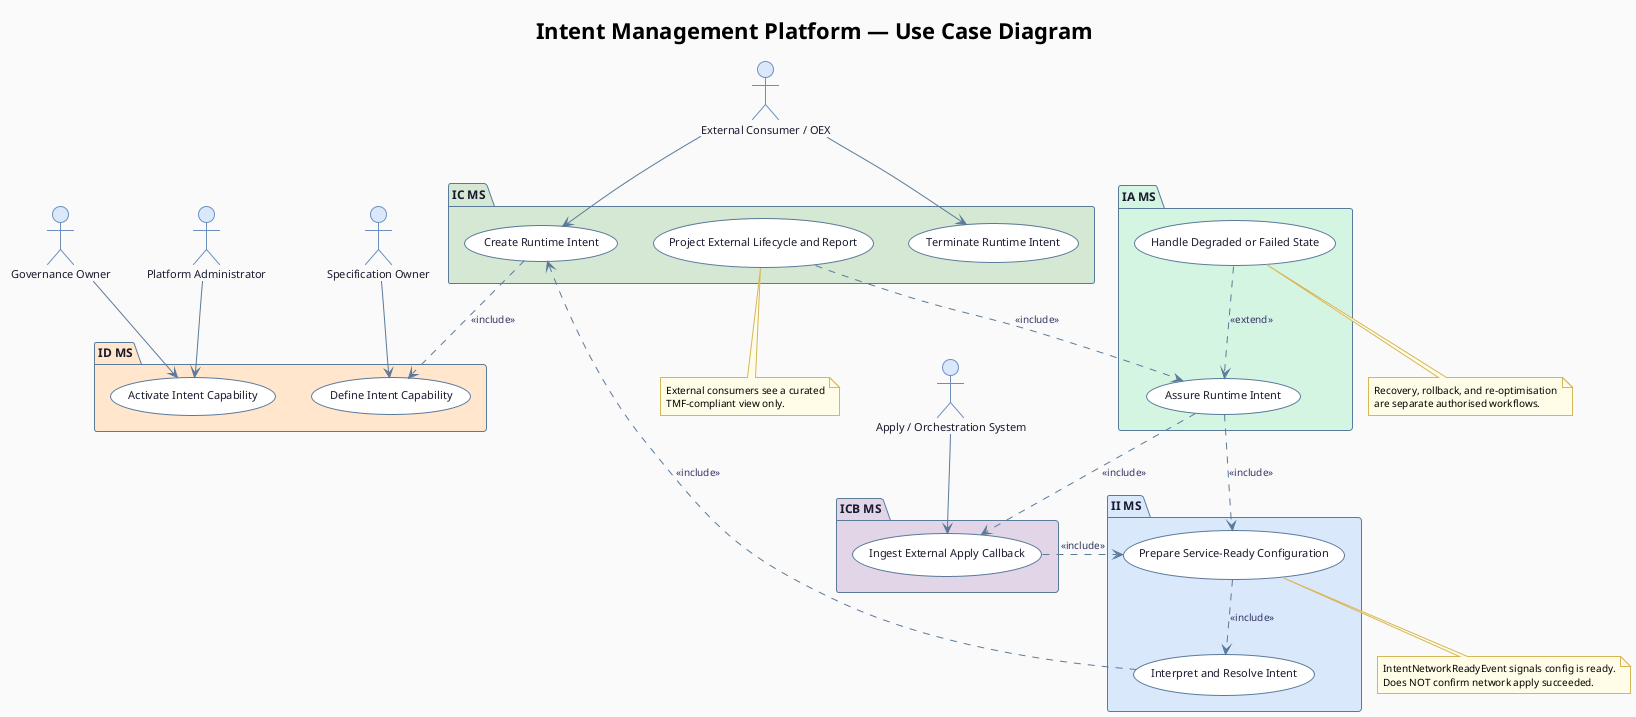
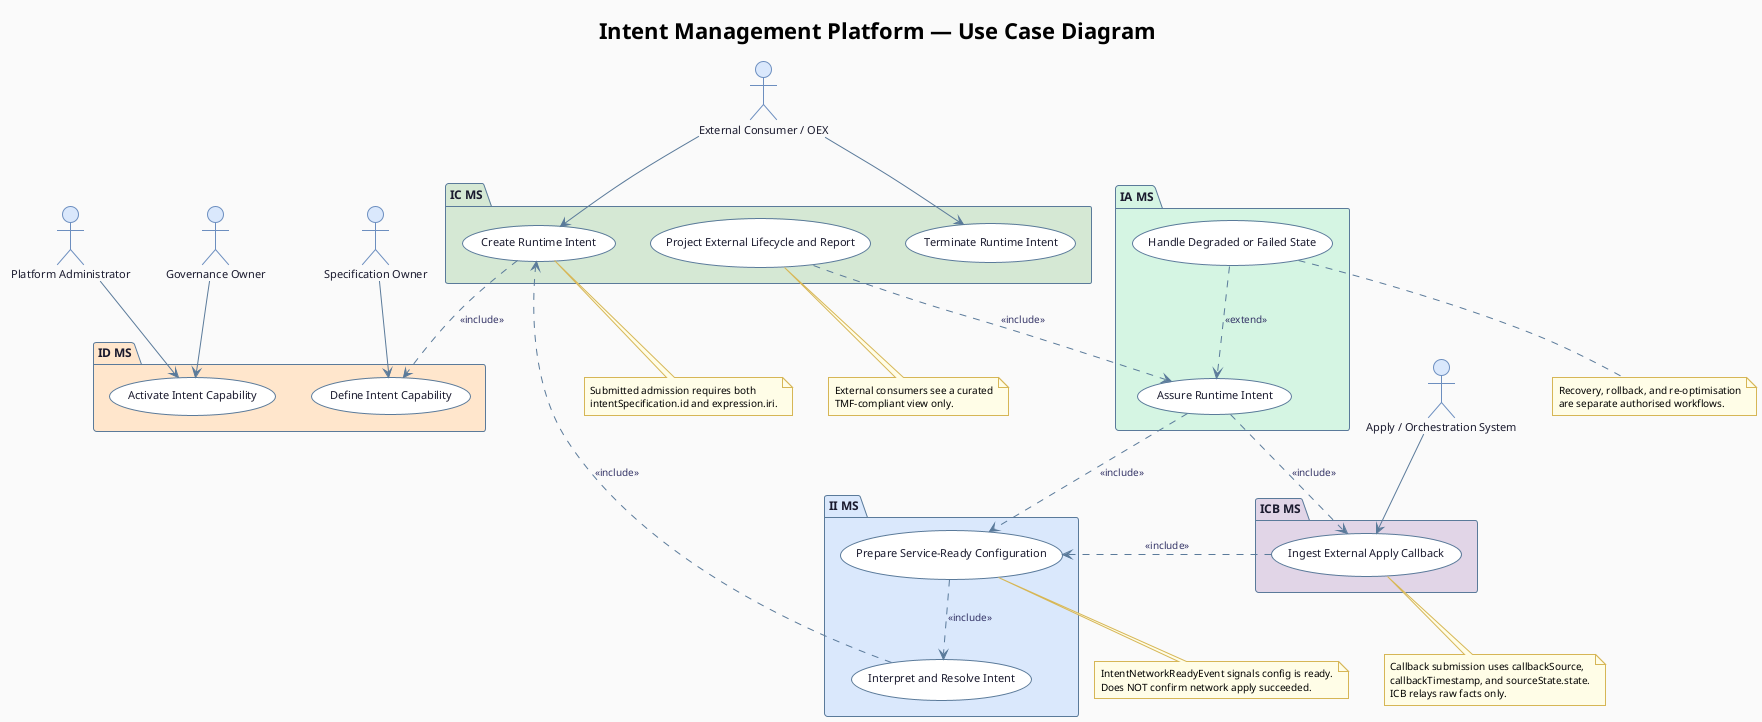
@startuml
!theme plain
skinparam backgroundColor #FAFAFA
skinparam shadowing false

skinparam usecase {
  BackgroundColor #FFFFFF
  BorderColor #5a7a9a
  FontSize 11
  FontColor #1a1a2e
  ArrowColor #5a7a9a
  ArrowFontSize 10
  ArrowFontColor #333366
}

skinparam actor {
  BackgroundColor #dae8fc
  BorderColor #6c8ebf
  FontSize 11
  FontColor #1a1a2e
}

skinparam package {
  BackgroundColor #f0f4f8
  BorderColor #5a7a9a
  FontSize 12
  FontColor #1a1a2e
}

skinparam note {
  BackgroundColor #fffde7
  BorderColor #d6b656
  FontSize 10
}

title <b>Intent Management Platform — Use Case Diagram</b>

actor "Specification Owner" as SpecOwner
actor "Governance Owner" as GovActor
actor "External Consumer / OEX" as Consumer
actor "Apply / Orchestration System" as ApplySystem
actor "Platform Administrator" as Admin

package "ID MS" #ffe6cc {
  usecase "Define Intent Capability" as UC_Define
  usecase "Activate Intent Capability" as UC_Activate
}

package "IC MS" #d5e8d4 {
  usecase "Create Runtime Intent" as UC_Create
  usecase "Terminate Runtime Intent" as UC_Terminate
  usecase "Project External Lifecycle and Report" as UC_Project
}

package "II MS" #dae8fc {
  usecase "Interpret and Resolve Intent" as UC_Interpret
  usecase "Prepare Service-Ready Configuration" as UC_Prepare
}

package "ICB MS" #e1d5e7 {
  usecase "Ingest External Apply Callback" as UC_Callback
}

package "IA MS" #d5f5e3 {
  usecase "Assure Runtime Intent" as UC_Assure
  usecase "Handle Degraded or Failed State" as UC_Degrade
}

SpecOwner   --> UC_Define
GovActor    --> UC_Activate
Admin       --> UC_Activate
Consumer    --> UC_Create
Consumer    --> UC_Terminate
ApplySystem --> UC_Callback

UC_Create    ..> UC_Define    : <<include>>
UC_Interpret ..> UC_Create    : <<include>>
UC_Prepare   ..> UC_Interpret : <<include>>
UC_Callback  ..> UC_Prepare   : <<include>>
UC_Assure    ..> UC_Prepare   : <<include>>
UC_Assure    ..> UC_Callback  : <<include>>
UC_Project   ..> UC_Assure    : <<include>>
UC_Degrade   ..> UC_Assure    : <<extend>>

+ note bottom of UC_Create
+   Submitted admission requires both
+   intentSpecification.id and expression.iri.
+ end note
+ 
note bottom of UC_Prepare
  IntentNetworkReadyEvent signals config is ready.
  Does NOT confirm network apply succeeded.
+ end note
+ 
+ note bottom of UC_Callback
+   Callback submission uses callbackSource,
+   callbackTimestamp, and sourceState.state.
+   ICB relays raw facts only.
end note

note bottom of UC_Project
  External consumers see a curated
  TMF-compliant view only.
end note

note bottom of UC_Degrade
  Recovery, rollback, and re-optimisation
  are separate authorised workflows.
end note

@enduml